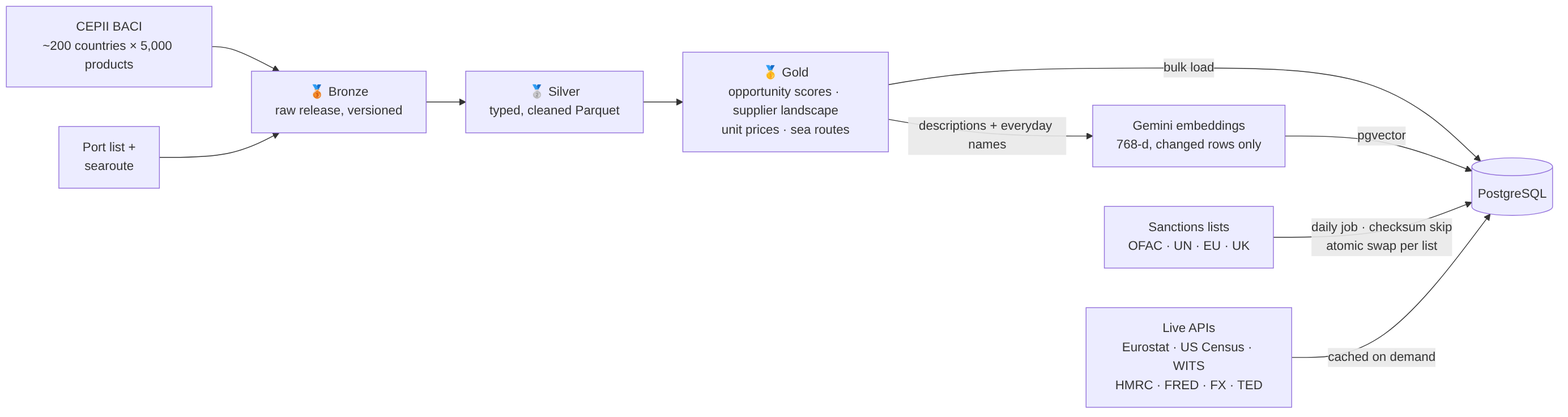
Above: docs/diagrams/data-platform.png in IzzatShahGit/whitespace (Mermaid), before the change. Its source is kept beside it as docs/diagrams/data-platform.mmd. Its diagram source:
```mermaid
flowchart LR
    S1[CEPII BACI<br/>~200 countries × 5,000 products] --> BR
    S2[Port list +<br/>searoute] --> BR
    BR[🥉 Bronze<br/>raw release, versioned] --> SI[🥈 Silver<br/>typed, cleaned Parquet]
    SI --> GO[🥇 Gold<br/>opportunity scores · supplier landscape<br/>unit prices · sea routes]
    GO -->|bulk load| PG[(PostgreSQL)]
    GO -->|descriptions + everyday names| EM[Gemini embeddings<br/>768-d, changed rows only]
    EM -->|pgvector| PG
    S3[Sanctions lists<br/>OFAC · UN · EU · UK] -->|daily job · checksum skip<br/>atomic swap per list| PG
    L1[Live APIs<br/>Eurostat · US Census · WITS<br/>HMRC · FRED · FX · TED] -->|cached on demand| PG
```
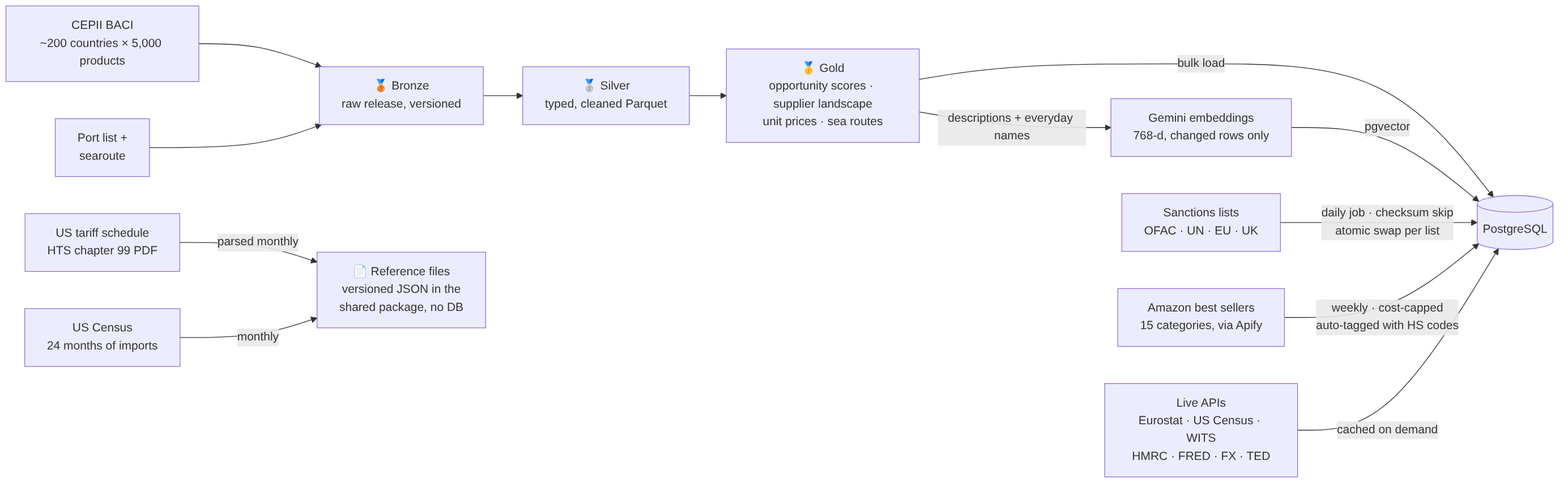
Later version of the same file.

What changed in the source:
```diff
@@ -7,4 +7,7 @@
     GO -->|descriptions + everyday names| EM[Gemini embeddings<br/>768-d, changed rows only]
     EM -->|pgvector| PG
     S3[Sanctions lists<br/>OFAC · UN · EU · UK] -->|daily job · checksum skip<br/>atomic swap per list| PG
+    S6[Amazon best sellers<br/>15 categories, via Apify] -->|weekly · cost-capped<br/>auto-tagged with HS codes| PG
     L1[Live APIs<br/>Eurostat · US Census · WITS<br/>HMRC · FRED · FX · TED] -->|cached on demand| PG
+    S4[US tariff schedule<br/>HTS chapter 99 PDF] -->|parsed monthly| REF[📄 Reference files<br/>versioned JSON in the<br/>shared package, no DB]
+    S5[US Census<br/>24 months of imports] -->|monthly| REF
```
